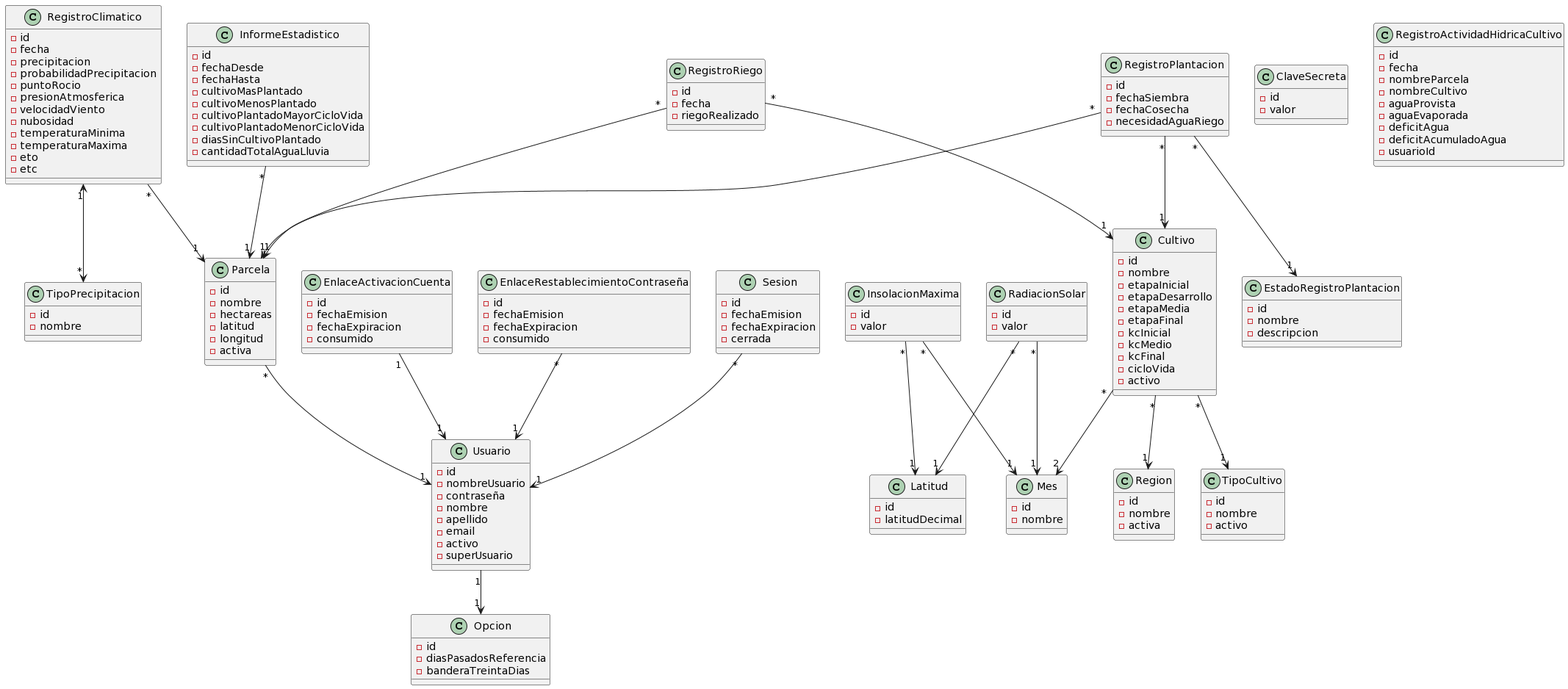
Before: docs/domain model/Modelo de dominio.png, a diagram exported from PlantUML (facundopaez-dev/sistema-web-riego).
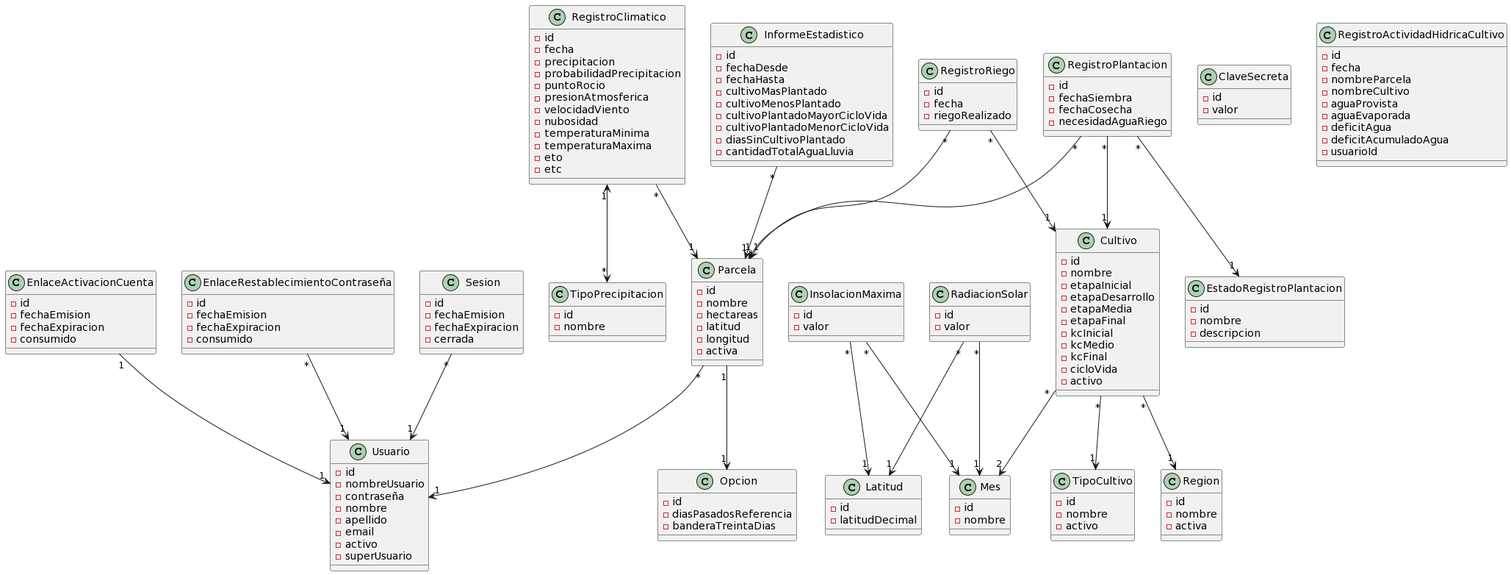
After the commit.

The edit, as a diff of the source:
```diff
@@ -16,7 +16,7 @@
 EnlaceRestablecimientoContraseña "*" --> "1" Usuario
 Sesion "*" --> "1" Usuario
 RegistroRiego "*" --> "1" Cultivo
-Usuario "1" --> "1" Opcion
+Parcela "1" --> "1" Opcion
 Cultivo "*" --> "1" Region
 Cultivo "*" --> "2" Mes
 
```
